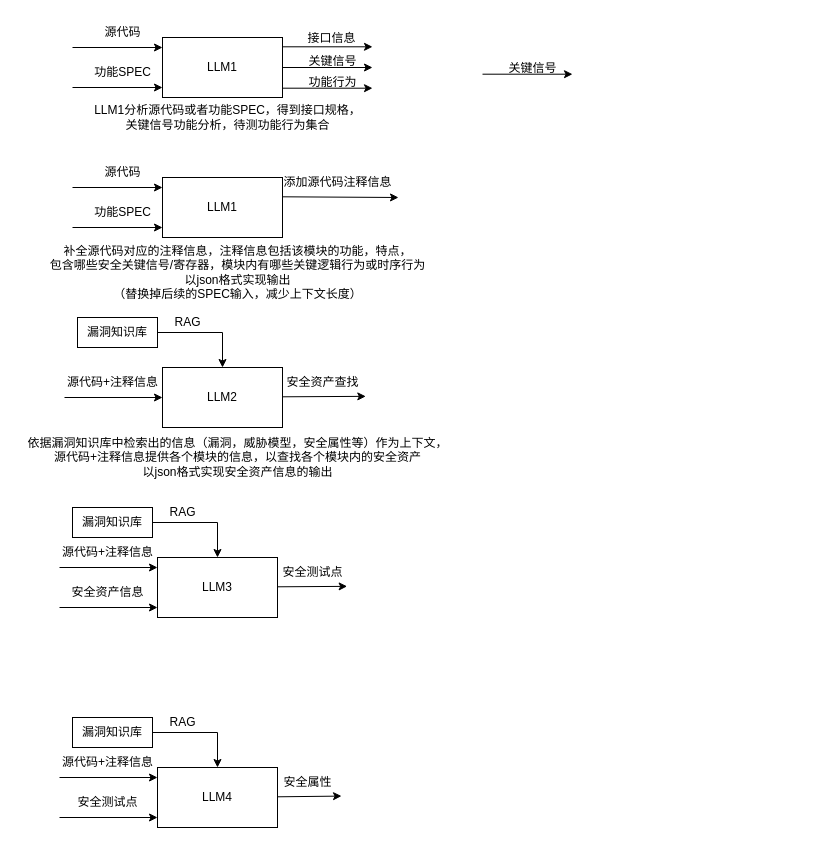
The draw.io diagram page "第 1 页" (1 of 2) of RAG.drawio in Fanzhenyu1/rag_sva, before the edit. Source tidied: cells renumbered, new cells numbered last; positions are measured from the earlier drawing's top-left corner, leaving out a move shared by most shapes. Both pictures are drawn from the tidied source at 100%, with x=0, y=0 at pixel (17, 17).
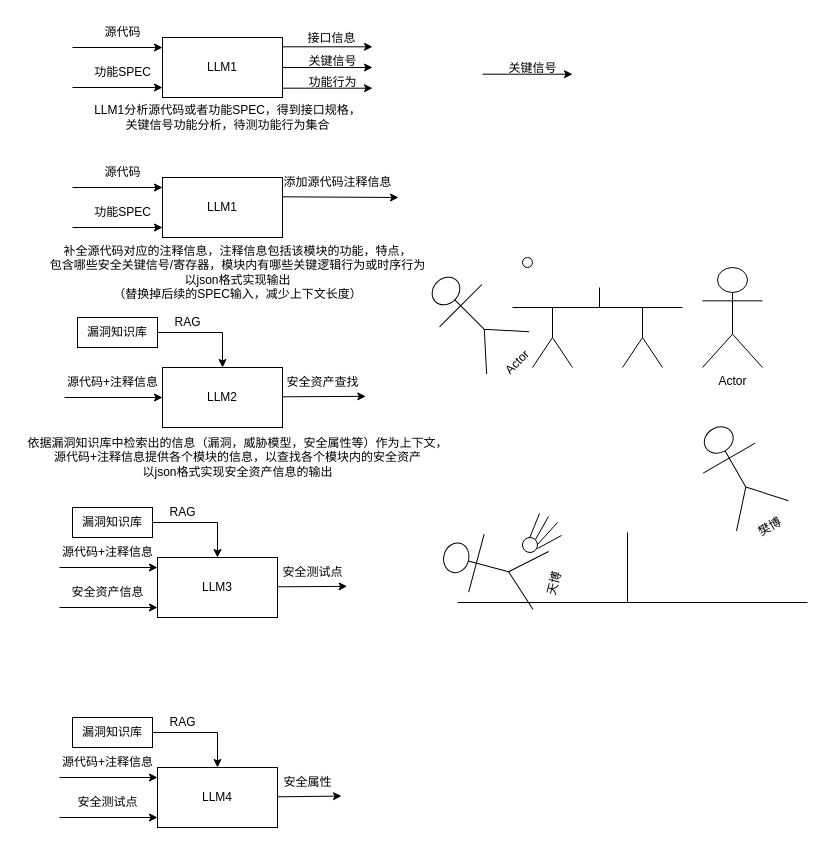
Above is the later version.

What changed in the source:
```diff
@@
+    <mxCell id="53" style="endArrow=none;html=1;rounded=0;" parent="1" edge="1">
+      <mxGeometry relative="1" as="geometry">
+        <mxPoint x="495" y="290" as="sourcePoint" />
+        <mxPoint x="665" y="290" as="targetPoint" />
+      </mxGeometry>
+    </mxCell>
+    <mxCell id="54" style="endArrow=none;html=1;rounded=0;" parent="1" edge="1">
+      <mxGeometry relative="1" as="geometry">
+        <mxPoint x="535" y="320" as="sourcePoint" />
+        <mxPoint x="535" y="290" as="targetPoint" />
+      </mxGeometry>
+    </mxCell>
+    <mxCell id="55" style="endArrow=none;html=1;rounded=0;" parent="1" edge="1">
+      <mxGeometry relative="1" as="geometry">
+        <mxPoint x="515" y="350" as="sourcePoint" />
+        <mxPoint x="535" y="320" as="targetPoint" />
+      </mxGeometry>
+    </mxCell>
+    <mxCell id="56" style="endArrow=none;html=1;rounded=0;" parent="1" edge="1">
+      <mxGeometry relative="1" as="geometry">
+        <mxPoint x="555" y="350" as="sourcePoint" />
+        <mxPoint x="535" y="320" as="targetPoint" />
+      </mxGeometry>
+    </mxCell>
+    <mxCell id="57" style="endArrow=none;html=1;rounded=0;" parent="1" edge="1">
+      <mxGeometry relative="1" as="geometry">
+        <mxPoint x="625" y="320" as="sourcePoint" />
+        <mxPoint x="625" y="290" as="targetPoint" />
+      </mxGeometry>
+    </mxCell>
+    <mxCell id="58" style="endArrow=none;html=1;rounded=0;" parent="1" edge="1">
+      <mxGeometry relative="1" as="geometry">
+        <mxPoint x="605" y="350" as="sourcePoint" />
+        <mxPoint x="625" y="320" as="targetPoint" />
+      </mxGeometry>
+    </mxCell>
+    <mxCell id="59" style="endArrow=none;html=1;rounded=0;" parent="1" edge="1">
+      <mxGeometry relative="1" as="geometry">
+        <mxPoint x="645" y="350" as="sourcePoint" />
+        <mxPoint x="625" y="320" as="targetPoint" />
+      </mxGeometry>
+    </mxCell>
+    <mxCell id="60" style="endArrow=none;html=1;rounded=0;" parent="1" edge="1">
+      <mxGeometry relative="1" as="geometry">
+        <mxPoint x="582" y="290" as="sourcePoint" />
+        <mxPoint x="582" y="270" as="targetPoint" />
+      </mxGeometry>
+    </mxCell>
+    <mxCell id="61" value="Actor" style="shape=umlActor;verticalLabelPosition=bottom;verticalAlign=top;html=1;" parent="1" vertex="1">
+      <mxGeometry x="685" y="250" width="60" height="100" as="geometry" />
+    </mxCell>
+    <mxCell id="62" style="ellipse;whiteSpace=wrap;html=1;" parent="1" vertex="1">
+      <mxGeometry x="505" y="240" width="10" height="10" as="geometry" />
+    </mxCell>
+    <mxCell id="63" value="Actor" style="shape=umlActor;verticalLabelPosition=bottom;verticalAlign=top;html=1;rotation=-45;" parent="1" vertex="1">
+      <mxGeometry x="425" y="250" width="60" height="100" as="geometry" />
+    </mxCell>
+    <mxCell id="64" style="endArrow=none;html=1;rounded=0;" parent="1" edge="1">
+      <mxGeometry relative="1" as="geometry">
+        <mxPoint x="440" y="585" as="sourcePoint" />
+        <mxPoint x="790" y="585" as="targetPoint" />
+      </mxGeometry>
+    </mxCell>
+    <mxCell id="65" style="endArrow=none;html=1;rounded=0;" parent="1" edge="1">
+      <mxGeometry relative="1" as="geometry">
+        <mxPoint x="610" y="585" as="sourcePoint" />
+        <mxPoint x="610" y="515" as="targetPoint" />
+      </mxGeometry>
+    </mxCell>
+    <mxCell id="66" value="樊博" style="shape=umlActor;verticalLabelPosition=bottom;verticalAlign=top;html=1;rotation=-30;" parent="1" vertex="1">
+      <mxGeometry x="690" y="405" width="60" height="100" as="geometry" />
+    </mxCell>
+    <mxCell id="67" style="ellipse;whiteSpace=wrap;html=1;" parent="1" vertex="1">
+      <mxGeometry x="505" y="520" width="15" height="15" as="geometry" />
+    </mxCell>
+    <mxCell id="68" style="endArrow=none;html=1;rounded=0;" parent="1" edge="1">
+      <mxGeometry relative="1" as="geometry">
+        <mxPoint x="512.3" y="520" as="sourcePoint" />
+        <mxPoint x="522" y="496" as="targetPoint" />
+      </mxGeometry>
+    </mxCell>
+    <mxCell id="69" style="endArrow=none;html=1;rounded=0;" parent="1" edge="1">
+      <mxGeometry relative="1" as="geometry">
+        <mxPoint x="518" y="522" as="sourcePoint" />
+        <mxPoint x="531" y="499" as="targetPoint" />
+      </mxGeometry>
+    </mxCell>
+    <mxCell id="70" style="endArrow=none;html=1;rounded=0;" parent="1" edge="1">
+      <mxGeometry relative="1" as="geometry">
+        <mxPoint x="520" y="527" as="sourcePoint" />
+        <mxPoint x="540" y="505" as="targetPoint" />
+      </mxGeometry>
+    </mxCell>
+    <mxCell id="71" style="endArrow=none;html=1;rounded=0;" parent="1" edge="1">
+      <mxGeometry relative="1" as="geometry">
+        <mxPoint x="520" y="531" as="sourcePoint" />
+        <mxPoint x="544" y="518" as="targetPoint" />
+      </mxGeometry>
+    </mxCell>
+    <mxCell id="72" value="天博" style="shape=umlActor;verticalLabelPosition=bottom;verticalAlign=top;html=1;rotation=-75;" parent="1" vertex="1">
+      <mxGeometry x="445" y="500" width="60" height="100" as="geometry" />
+    </mxCell>
```
